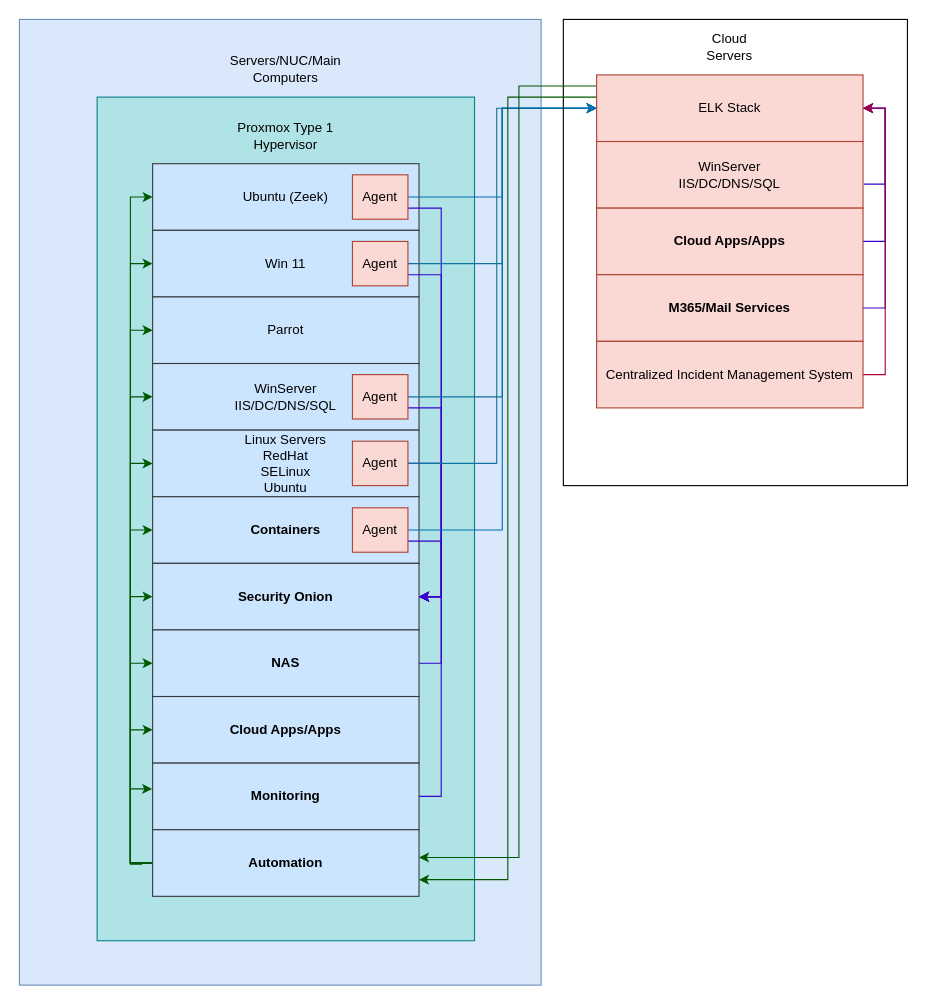
Before: images/DetectionLab.drawio in Xp101T7/Xp101T7.github.io, a draw.io diagram. Source tidied: cells renumbered, new cells numbered last; positions are measured from the earlier drawing's top-left corner, leaving out a move shared by most shapes. Both pictures are drawn from the tidied source at 111%, with x=0, y=0 at pixel (19, 19).
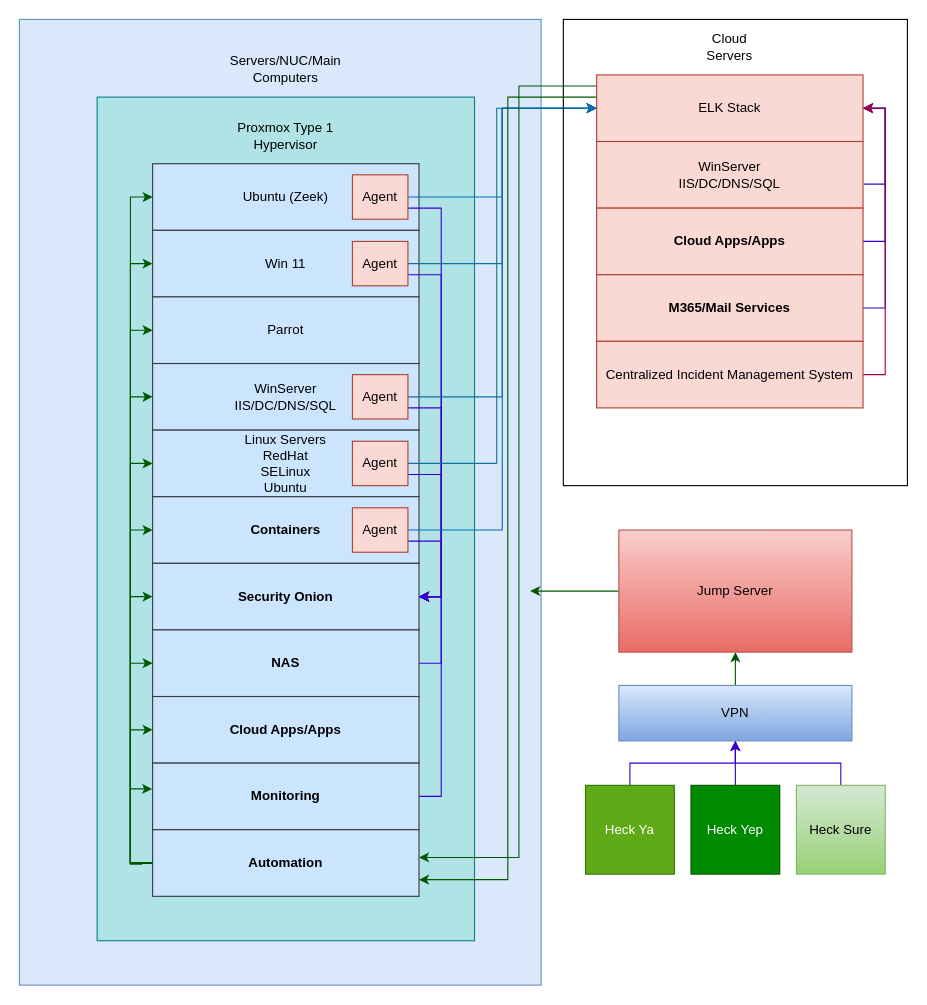
Above is the later version.

Unchanged cells that the change refers to:
```xml
<mxCell id="2" style="whiteSpace=wrap;html=1;fillColor=#dae8fc;strokeColor=#6c8ebf;" parent="1" vertex="1">
  <mxGeometry width="470" height="870" as="geometry" />
</mxCell>
<mxCell id="12" value="Security Onion" style="rounded=0;whiteSpace=wrap;html=1;fontStyle=1;fillColor=#cce5ff;strokeColor=#36393d;" parent="1" vertex="1">
  <mxGeometry x="120" y="490" width="240" height="60" as="geometry" />
</mxCell>
<mxCell id="40" value="Agent" style="whiteSpace=wrap;html=1;fillColor=#fad9d5;strokeColor=#ae4132;" parent="1" vertex="1">
  <mxGeometry x="300" y="380" width="50" height="40" as="geometry" />
</mxCell>
```

The edit, as a diff of the source:
```diff
@@
     <mxCell id="38" style="edgeStyle=orthogonalEdgeStyle;rounded=0;jettySize=auto;html=1;entryX=1;entryY=0.5;entryDx=0;entryDy=0;fillColor=#6a00ff;strokeColor=#3700CC;" parent="1" edge="1" source="40" target="12">
       <mxGeometry relative="1" as="geometry">
         <Array as="points">
-          <mxPoint x="380" y="400" />
+          <mxPoint x="380" y="410" />
           <mxPoint x="380" y="520" />
         </Array>
       </mxGeometry>
     </mxCell>
@@
+    <mxCell id="57" style="edgeStyle=orthogonalEdgeStyle;rounded=0;jettySize=auto;html=1;entryX=0.5;entryY=1;entryDx=0;entryDy=0;fillColor=#008a00;strokeColor=#005700;" parent="1" edge="1" source="58" target="66">
+      <mxGeometry relative="1" as="geometry" />
+    </mxCell>
+    <mxCell id="58" value="VPN" style="whiteSpace=wrap;html=1;fillColor=#dae8fc;strokeColor=#6c8ebf;gradientColor=#7ea6e0;" parent="1" vertex="1">
+      <mxGeometry x="540" y="600" width="210" height="50" as="geometry" />
+    </mxCell>
+    <mxCell id="59" style="edgeStyle=orthogonalEdgeStyle;rounded=0;jettySize=auto;html=1;exitX=0.5;exitY=0;exitDx=0;exitDy=0;entryX=0.5;entryY=1;entryDx=0;entryDy=0;fillColor=#6a00ff;strokeColor=#3700CC;" parent="1" edge="1" source="60" target="58">
+      <mxGeometry relative="1" as="geometry" />
+    </mxCell>
+    <mxCell id="60" value="Heck Ya" style="whiteSpace=wrap;html=1;fillColor=#60a917;fontColor=#ffffff;strokeColor=#2D7600;" parent="1" vertex="1">
+      <mxGeometry x="510" y="690" width="80" height="80" as="geometry" />
+    </mxCell>
+    <mxCell id="61" style="edgeStyle=orthogonalEdgeStyle;rounded=0;jettySize=auto;html=1;entryX=0.5;entryY=1;entryDx=0;entryDy=0;fillColor=#6a00ff;strokeColor=#3700CC;" parent="1" edge="1" source="62" target="58">
+      <mxGeometry relative="1" as="geometry" />
+    </mxCell>
+    <mxCell id="62" value="Heck Yep" style="whiteSpace=wrap;html=1;fillColor=#008a00;fontColor=#ffffff;strokeColor=#005700;" parent="1" vertex="1">
+      <mxGeometry x="605" y="690" width="80" height="80" as="geometry" />
+    </mxCell>
+    <mxCell id="63" style="edgeStyle=orthogonalEdgeStyle;rounded=0;jettySize=auto;html=1;entryX=0.5;entryY=1;entryDx=0;entryDy=0;fillColor=#6a00ff;strokeColor=#3700CC;" parent="1" edge="1" source="64" target="58">
+      <mxGeometry relative="1" as="geometry" />
+    </mxCell>
+    <mxCell id="64" value="Heck Sure" style="whiteSpace=wrap;html=1;fillColor=#d5e8d4;strokeColor=#82b366;gradientColor=#97d077;" parent="1" vertex="1">
+      <mxGeometry x="700" y="690" width="80" height="80" as="geometry" />
+    </mxCell>
+    <mxCell id="65" style="edgeStyle=orthogonalEdgeStyle;rounded=0;jettySize=auto;html=1;entryX=0.979;entryY=0.592;entryDx=0;entryDy=0;entryPerimeter=0;fillColor=#008a00;strokeColor=#005700;" parent="1" edge="1" source="66" target="2">
+      <mxGeometry relative="1" as="geometry" />
+    </mxCell>
+    <mxCell id="66" value="Jump Server" style="whiteSpace=wrap;html=1;fillColor=#f8cecc;strokeColor=#b85450;gradientColor=#ea6b66;" parent="1" vertex="1">
+      <mxGeometry x="540" y="460" width="210" height="110" as="geometry" />
+    </mxCell>
```
